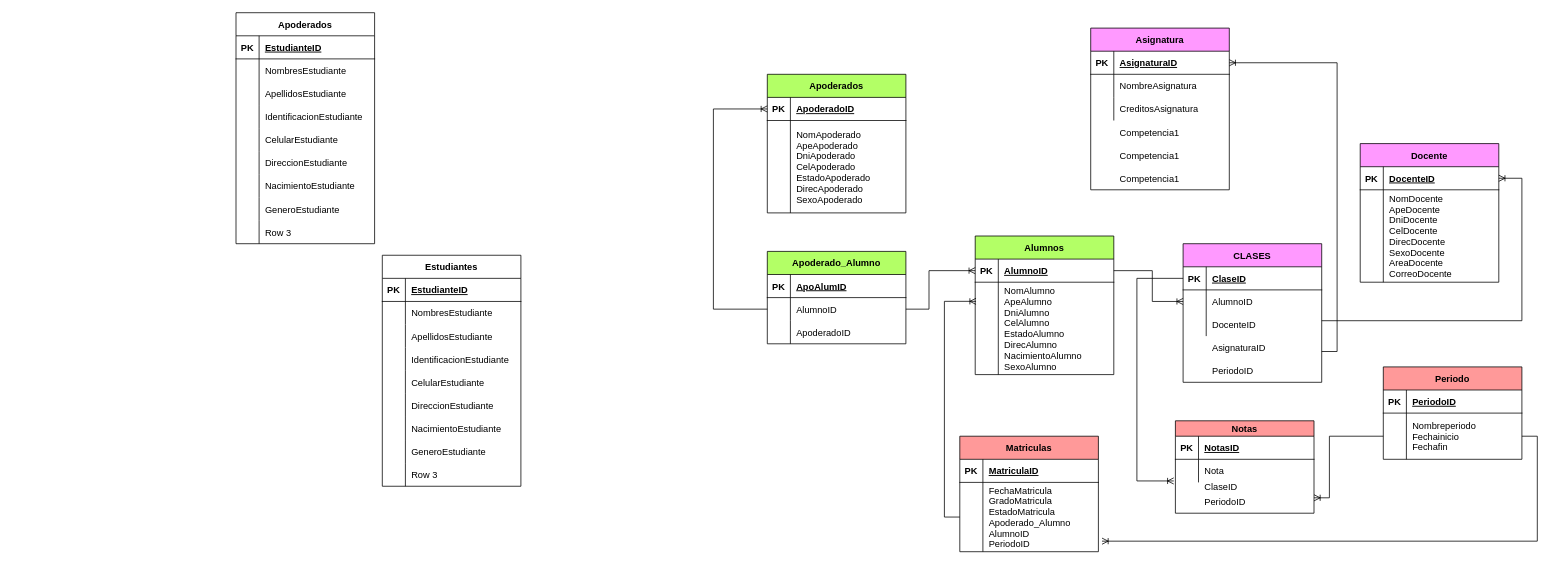
Earlier version of the draw.io diagram ColegioDB.drawio (LiannMelanny/DATABASE-DIAGRAM). Source tidied: cells renumbered, new cells numbered last; positions are measured from the earlier drawing's top-left corner, leaving out a move shared by most shapes. Both pictures are drawn from the tidied source at 77%, with x=0, y=0 at pixel (236, 12).
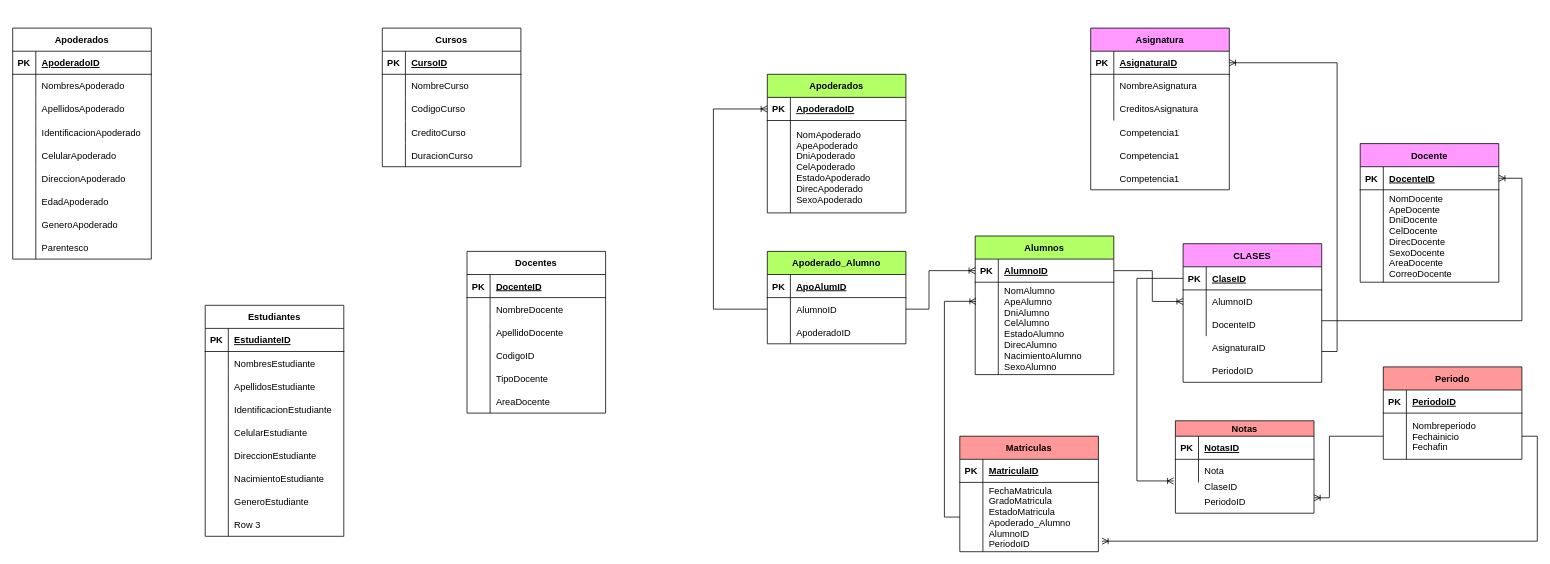
The same page after the edit.

The change refers to these unchanged cells:
```xml
<mxCell id="120" style="shape=tableRow;horizontal=0;startSize=0;swimlaneHead=0;swimlaneBody=0;fillColor=none;top=0;left=0;right=0;bottom=1;" parent="119" vertex="1">
  <mxGeometry y="30" width="180" height="30" as="geometry" />
</mxCell>
<mxCell id="123" style="shape=tableRow;horizontal=0;startSize=0;swimlaneHead=0;swimlaneBody=0;fillColor=none;top=0;left=0;right=0;bottom=0;" parent="119" vertex="1">
  <mxGeometry y="60" width="180" height="30" as="geometry" />
</mxCell>
<mxCell id="126" style="shape=tableRow;horizontal=0;startSize=0;swimlaneHead=0;swimlaneBody=0;fillColor=none;top=0;left=0;right=0;bottom=0;" parent="119" vertex="1">
  <mxGeometry y="90" width="180" height="30" as="geometry" />
</mxCell>
<mxCell id="129" style="shape=tableRow;horizontal=0;startSize=0;swimlaneHead=0;swimlaneBody=0;fillColor=none;top=0;left=0;right=0;bottom=0;" parent="119" vertex="1">
  <mxGeometry y="120" width="180" height="30" as="geometry" />
</mxCell>
<mxCell id="132" style="shape=tableRow;horizontal=0;startSize=0;swimlaneHead=0;swimlaneBody=0;fillColor=none;top=0;left=0;right=0;bottom=0;" parent="119" vertex="1">
  <mxGeometry y="150" width="180" height="30" as="geometry" />
</mxCell>
<mxCell id="135" style="shape=tableRow;horizontal=0;startSize=0;swimlaneHead=0;swimlaneBody=0;fillColor=none;top=0;left=0;right=0;bottom=0;" parent="119" vertex="1">
  <mxGeometry y="180" width="180" height="30" as="geometry" />
</mxCell>
<mxCell id="138" style="shape=tableRow;horizontal=0;startSize=0;swimlaneHead=0;swimlaneBody=0;fillColor=none;top=0;left=0;right=0;bottom=0;" parent="119" vertex="1">
  <mxGeometry y="210" width="180" height="30" as="geometry" />
</mxCell>
<mxCell id="141" style="shape=tableRow;horizontal=0;startSize=0;swimlaneHead=0;swimlaneBody=0;fillColor=none;top=0;left=0;right=0;bottom=0;" parent="119" vertex="1">
  <mxGeometry y="240" width="180" height="30" as="geometry" />
</mxCell>
<mxCell id="144" style="shape=tableRow;horizontal=0;startSize=0;swimlaneHead=0;swimlaneBody=0;fillColor=none;top=0;left=0;right=0;bottom=0;" parent="119" vertex="1">
  <mxGeometry y="270" width="180" height="30" as="geometry" />
</mxCell>
```

Diff of the diagram source:
```diff
@@
     <mxCell id="91" value="Estudiantes" style="shape=table;startSize=30;childLayout=tableLayout;rowLines=0;fontStyle=1;align=center;" parent="1" vertex="1">
-      <mxGeometry x="190" y="315" width="180" height="300" as="geometry" />
+      <mxGeometry x="-40" y="380" width="180" height="300" as="geometry" />
     </mxCell>
@@
     <mxCell id="119" value="Apoderados" style="shape=table;startSize=30;childLayout=tableLayout;rowLines=0;fontStyle=1;align=center;" parent="1" vertex="1">
-      <mxGeometry width="180" height="300" as="geometry" />
+      <mxGeometry x="-290" y="20" width="180" height="300" as="geometry" />
     </mxCell>
@@
-    <mxCell id="122" value="EstudianteID" style="shape=partialRectangle;fillColor=none;top=0;left=0;bottom=0;right=0;align=left;spacingLeft=6;fontStyle=5;overflow=hidden;" parent="120" vertex="1">
+    <mxCell id="122" value="ApoderadoID" style="shape=partialRectangle;fillColor=none;top=0;left=0;bottom=0;right=0;align=left;spacingLeft=6;fontStyle=5;overflow=hidden;" parent="120" vertex="1">
       <mxGeometry x="30" width="150" height="30" as="geometry" />
     </mxCell>
@@
-    <mxCell id="125" value="NombresEstudiante" style="shape=partialRectangle;fillColor=none;top=0;left=0;bottom=0;right=0;align=left;spacingLeft=6;overflow=hidden;" parent="123" vertex="1">
+    <mxCell id="125" value="NombresApoderado" style="shape=partialRectangle;fillColor=none;top=0;left=0;bottom=0;right=0;align=left;spacingLeft=6;overflow=hidden;" parent="123" vertex="1">
       <mxGeometry x="30" width="150" height="30" as="geometry" />
     </mxCell>
@@
-    <mxCell id="128" value="ApellidosEstudiante" style="shape=partialRectangle;fillColor=none;top=0;left=0;bottom=0;right=0;align=left;spacingLeft=6;overflow=hidden;" parent="126" vertex="1">
+    <mxCell id="128" value="ApellidosApoderado" style="shape=partialRectangle;fillColor=none;top=0;left=0;bottom=0;right=0;align=left;spacingLeft=6;overflow=hidden;" parent="126" vertex="1">
       <mxGeometry x="30" width="150" height="30" as="geometry" />
     </mxCell>
@@
-    <mxCell id="131" value="IdentificacionEstudiante" style="shape=partialRectangle;fillColor=none;top=0;left=0;bottom=0;right=0;align=left;spacingLeft=6;overflow=hidden;" parent="129" vertex="1">
+    <mxCell id="131" value="IdentificacionApoderado" style="shape=partialRectangle;fillColor=none;top=0;left=0;bottom=0;right=0;align=left;spacingLeft=6;overflow=hidden;" parent="129" vertex="1">
       <mxGeometry x="30" width="150" height="30" as="geometry" />
     </mxCell>
@@
-    <mxCell id="134" value="CelularEstudiante" style="shape=partialRectangle;fillColor=none;top=0;left=0;bottom=0;right=0;align=left;spacingLeft=6;overflow=hidden;" parent="132" vertex="1">
+    <mxCell id="134" value="CelularApoderado" style="shape=partialRectangle;fillColor=none;top=0;left=0;bottom=0;right=0;align=left;spacingLeft=6;overflow=hidden;" parent="132" vertex="1">
       <mxGeometry x="30" width="150" height="30" as="geometry" />
     </mxCell>
@@
-    <mxCell id="137" value="DireccionEstudiante" style="shape=partialRectangle;fillColor=none;top=0;left=0;bottom=0;right=0;align=left;spacingLeft=6;overflow=hidden;" parent="135" vertex="1">
+    <mxCell id="137" value="DireccionApoderado" style="shape=partialRectangle;fillColor=none;top=0;left=0;bottom=0;right=0;align=left;spacingLeft=6;overflow=hidden;" parent="135" vertex="1">
       <mxGeometry x="30" width="150" height="30" as="geometry" />
     </mxCell>
@@
-    <mxCell id="140" value="NacimientoEstudiante" style="shape=partialRectangle;fillColor=none;top=0;left=0;bottom=0;right=0;align=left;spacingLeft=6;overflow=hidden;" parent="138" vertex="1">
+    <mxCell id="140" value="EdadApoderado" style="shape=partialRectangle;fillColor=none;top=0;left=0;bottom=0;right=0;align=left;spacingLeft=6;overflow=hidden;" parent="138" vertex="1">
       <mxGeometry x="30" width="150" height="30" as="geometry" />
     </mxCell>
@@
-    <mxCell id="143" value="GeneroEstudiante" style="shape=partialRectangle;fillColor=none;top=0;left=0;bottom=0;right=0;align=left;spacingLeft=6;overflow=hidden;" parent="141" vertex="1">
+    <mxCell id="143" value="GeneroApoderado" style="shape=partialRectangle;fillColor=none;top=0;left=0;bottom=0;right=0;align=left;spacingLeft=6;overflow=hidden;" parent="141" vertex="1">
       <mxGeometry x="30" width="150" height="30" as="geometry" />
     </mxCell>
@@
-    <mxCell id="146" value="Row 3" style="shape=partialRectangle;fillColor=none;top=0;left=0;bottom=0;right=0;align=left;spacingLeft=6;overflow=hidden;" parent="144" vertex="1">
+    <mxCell id="146" value="Parentesco" style="shape=partialRectangle;fillColor=none;top=0;left=0;bottom=0;right=0;align=left;spacingLeft=6;overflow=hidden;" parent="144" vertex="1">
       <mxGeometry x="30" width="150" height="30" as="geometry" />
     </mxCell>
+    <mxCell id="147" value="Cursos" style="shape=table;startSize=30;childLayout=tableLayout;rowLines=0;fontStyle=1;align=center;" parent="1" vertex="1">
+      <mxGeometry x="190" y="20" width="180" height="180" as="geometry" />
+    </mxCell>
+    <mxCell id="148" style="shape=tableRow;horizontal=0;startSize=0;swimlaneHead=0;swimlaneBody=0;fillColor=none;top=0;left=0;right=0;bottom=1;" parent="147" vertex="1">
+      <mxGeometry y="30" width="180" height="30" as="geometry" />
+    </mxCell>
+    <mxCell id="149" value="PK" style="shape=partialRectangle;fillColor=none;top=0;left=0;bottom=0;right=0;fontStyle=1;overflow=hidden;" parent="148" vertex="1">
+      <mxGeometry width="30" height="30" as="geometry" />
+    </mxCell>
+    <mxCell id="150" value="CursoID" style="shape=partialRectangle;fillColor=none;top=0;left=0;bottom=0;right=0;align=left;spacingLeft=6;fontStyle=5;overflow=hidden;" parent="148" vertex="1">
+      <mxGeometry x="30" width="150" height="30" as="geometry" />
+    </mxCell>
+    <mxCell id="151" style="shape=tableRow;horizontal=0;startSize=0;swimlaneHead=0;swimlaneBody=0;fillColor=none;top=0;left=0;right=0;bottom=0;" parent="147" vertex="1">
+      <mxGeometry y="60" width="180" height="30" as="geometry" />
+    </mxCell>
+    <mxCell id="152" style="shape=partialRectangle;fillColor=none;top=0;left=0;bottom=0;right=0;overflow=hidden;" parent="151" vertex="1">
+      <mxGeometry width="30" height="30" as="geometry" />
+    </mxCell>
+    <mxCell id="153" value="NombreCurso" style="shape=partialRectangle;fillColor=none;top=0;left=0;bottom=0;right=0;align=left;spacingLeft=6;overflow=hidden;" parent="151" vertex="1">
+      <mxGeometry x="30" width="150" height="30" as="geometry" />
+    </mxCell>
+    <mxCell id="154" style="shape=tableRow;horizontal=0;startSize=0;swimlaneHead=0;swimlaneBody=0;fillColor=none;top=0;left=0;right=0;bottom=0;" parent="147" vertex="1">
+      <mxGeometry y="90" width="180" height="30" as="geometry" />
+    </mxCell>
+    <mxCell id="155" style="shape=partialRectangle;fillColor=none;top=0;left=0;bottom=0;right=0;overflow=hidden;" parent="154" vertex="1">
+      <mxGeometry width="30" height="30" as="geometry" />
+    </mxCell>
+    <mxCell id="156" value="CodigoCurso" style="shape=partialRectangle;fillColor=none;top=0;left=0;bottom=0;right=0;align=left;spacingLeft=6;overflow=hidden;" parent="154" vertex="1">
+      <mxGeometry x="30" width="150" height="30" as="geometry" />
+    </mxCell>
+    <mxCell id="157" style="shape=tableRow;horizontal=0;startSize=0;swimlaneHead=0;swimlaneBody=0;fillColor=none;top=0;left=0;right=0;bottom=0;" parent="147" vertex="1">
+      <mxGeometry y="120" width="180" height="30" as="geometry" />
+    </mxCell>
+    <mxCell id="158" style="shape=partialRectangle;fillColor=none;top=0;left=0;bottom=0;right=0;overflow=hidden;" parent="157" vertex="1">
+      <mxGeometry width="30" height="30" as="geometry" />
+    </mxCell>
+    <mxCell id="159" value="CreditoCurso" style="shape=partialRectangle;fillColor=none;top=0;left=0;bottom=0;right=0;align=left;spacingLeft=6;overflow=hidden;" parent="157" vertex="1">
+      <mxGeometry x="30" width="150" height="30" as="geometry" />
+    </mxCell>
+    <mxCell id="160" style="shape=tableRow;horizontal=0;startSize=0;swimlaneHead=0;swimlaneBody=0;fillColor=none;top=0;left=0;right=0;bottom=0;" parent="147" vertex="1">
+      <mxGeometry y="150" width="180" height="30" as="geometry" />
+    </mxCell>
+    <mxCell id="161" style="shape=partialRectangle;fillColor=none;top=0;left=0;bottom=0;right=0;overflow=hidden;" parent="160" vertex="1">
+      <mxGeometry width="30" height="30" as="geometry" />
+    </mxCell>
+    <mxCell id="162" value="DuracionCurso" style="shape=partialRectangle;fillColor=none;top=0;left=0;bottom=0;right=0;align=left;spacingLeft=6;overflow=hidden;" parent="160" vertex="1">
+      <mxGeometry x="30" width="150" height="30" as="geometry" />
+    </mxCell>
+    <mxCell id="163" value="Docentes" style="shape=table;startSize=30;childLayout=tableLayout;rowLines=0;fontStyle=1;align=center;" parent="1" vertex="1">
+      <mxGeometry x="300" y="310" width="180" height="210" as="geometry" />
+    </mxCell>
+    <mxCell id="164" style="shape=tableRow;horizontal=0;startSize=0;swimlaneHead=0;swimlaneBody=0;fillColor=none;top=0;left=0;right=0;bottom=1;" parent="163" vertex="1">
+      <mxGeometry y="30" width="180" height="30" as="geometry" />
+    </mxCell>
+    <mxCell id="165" value="PK" style="shape=partialRectangle;fillColor=none;top=0;left=0;bottom=0;right=0;fontStyle=1;overflow=hidden;" parent="164" vertex="1">
+      <mxGeometry width="30" height="30" as="geometry" />
+    </mxCell>
+    <mxCell id="166" value="DocenteID" style="shape=partialRectangle;fillColor=none;top=0;left=0;bottom=0;right=0;align=left;spacingLeft=6;fontStyle=5;overflow=hidden;" parent="164" vertex="1">
+      <mxGeometry x="30" width="150" height="30" as="geometry" />
+    </mxCell>
+    <mxCell id="167" style="shape=tableRow;horizontal=0;startSize=0;swimlaneHead=0;swimlaneBody=0;fillColor=none;top=0;left=0;right=0;bottom=0;" parent="163" vertex="1">
+      <mxGeometry y="60" width="180" height="30" as="geometry" />
+    </mxCell>
+    <mxCell id="168" style="shape=partialRectangle;fillColor=none;top=0;left=0;bottom=0;right=0;overflow=hidden;" parent="167" vertex="1">
+      <mxGeometry width="30" height="30" as="geometry" />
+    </mxCell>
+    <mxCell id="169" value="NombreDocente" style="shape=partialRectangle;fillColor=none;top=0;left=0;bottom=0;right=0;align=left;spacingLeft=6;overflow=hidden;" parent="167" vertex="1">
+      <mxGeometry x="30" width="150" height="30" as="geometry" />
+    </mxCell>
+    <mxCell id="170" style="shape=tableRow;horizontal=0;startSize=0;swimlaneHead=0;swimlaneBody=0;fillColor=none;top=0;left=0;right=0;bottom=0;" parent="163" vertex="1">
+      <mxGeometry y="90" width="180" height="30" as="geometry" />
+    </mxCell>
+    <mxCell id="171" style="shape=partialRectangle;fillColor=none;top=0;left=0;bottom=0;right=0;overflow=hidden;" parent="170" vertex="1">
+      <mxGeometry width="30" height="30" as="geometry" />
+    </mxCell>
+    <mxCell id="172" value="ApellidoDocente" style="shape=partialRectangle;fillColor=none;top=0;left=0;bottom=0;right=0;align=left;spacingLeft=6;overflow=hidden;" parent="170" vertex="1">
+      <mxGeometry x="30" width="150" height="30" as="geometry" />
+    </mxCell>
+    <mxCell id="173" style="shape=tableRow;horizontal=0;startSize=0;swimlaneHead=0;swimlaneBody=0;fillColor=none;top=0;left=0;right=0;bottom=0;" parent="163" vertex="1">
+      <mxGeometry y="120" width="180" height="30" as="geometry" />
+    </mxCell>
+    <mxCell id="174" style="shape=partialRectangle;fillColor=none;top=0;left=0;bottom=0;right=0;overflow=hidden;" parent="173" vertex="1">
+      <mxGeometry width="30" height="30" as="geometry" />
+    </mxCell>
+    <mxCell id="175" value="CodigoID" style="shape=partialRectangle;fillColor=none;top=0;left=0;bottom=0;right=0;align=left;spacingLeft=6;overflow=hidden;" parent="173" vertex="1">
+      <mxGeometry x="30" width="150" height="30" as="geometry" />
+    </mxCell>
+    <mxCell id="176" style="shape=tableRow;horizontal=0;startSize=0;swimlaneHead=0;swimlaneBody=0;fillColor=none;top=0;left=0;right=0;bottom=0;" parent="163" vertex="1">
+      <mxGeometry y="150" width="180" height="30" as="geometry" />
+    </mxCell>
+    <mxCell id="177" style="shape=partialRectangle;fillColor=none;top=0;left=0;bottom=0;right=0;overflow=hidden;" parent="176" vertex="1">
+      <mxGeometry width="30" height="30" as="geometry" />
+    </mxCell>
+    <mxCell id="178" value="TipoDocente" style="shape=partialRectangle;fillColor=none;top=0;left=0;bottom=0;right=0;align=left;spacingLeft=6;overflow=hidden;" parent="176" vertex="1">
+      <mxGeometry x="30" width="150" height="30" as="geometry" />
+    </mxCell>
+    <mxCell id="179" style="shape=tableRow;horizontal=0;startSize=0;swimlaneHead=0;swimlaneBody=0;fillColor=none;top=0;left=0;right=0;bottom=0;" parent="163" vertex="1">
+      <mxGeometry y="180" width="180" height="30" as="geometry" />
+    </mxCell>
+    <mxCell id="180" style="shape=partialRectangle;fillColor=none;top=0;left=0;bottom=0;right=0;overflow=hidden;" parent="179" vertex="1">
+      <mxGeometry width="30" height="30" as="geometry" />
+    </mxCell>
+    <mxCell id="181" value="AreaDocente" style="shape=partialRectangle;fillColor=none;top=0;left=0;bottom=0;right=0;align=left;spacingLeft=6;overflow=hidden;" parent="179" vertex="1">
+      <mxGeometry x="30" width="150" height="30" as="geometry" />
+    </mxCell>
```
